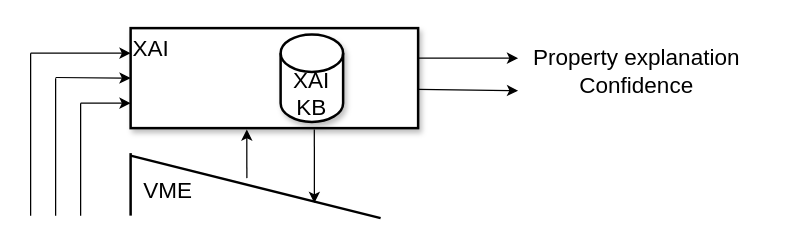
This is diagrams/xai-block.drawio from paulwhitten/2021-naecon-xai_methdology_for_handwritten_applications, a draw.io file, before an edit. Source tidied: cells renumbered, new cells numbered last; positions are measured from the earlier drawing's top-left corner, leaving out a move shared by most shapes. Both pictures are drawn from the tidied source at 125%, with x=0, y=0 at pixel (30, 28).
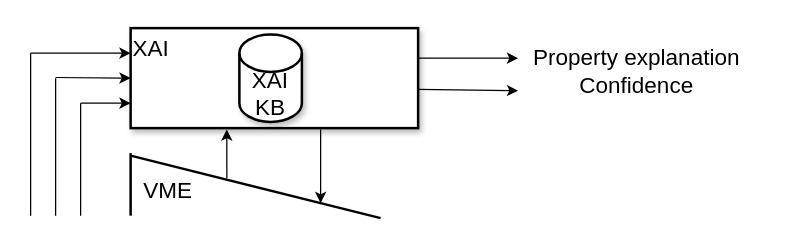
Above is the later version.

Commit message (it also covers changes not shown here):
rev per naecon presentation

The change refers to these unchanged cells:
```xml
<mxCell id="2" value="XAI" style="rounded=0;whiteSpace=wrap;html=1;verticalAlign=top;align=left;shadow=1;fontSize=18;strokeWidth=2;" parent="1" vertex="1">
  <mxGeometry x="80" width="230" height="80" as="geometry" />
</mxCell>
```

The edit, as a diff of the source:
```diff
@@
-    <mxCell id="9" style="endArrow=classic;html=1;fontSize=18;exitX=0.639;exitY=1.013;exitDx=0;exitDy=0;exitPerimeter=0;" parent="1" edge="1" source="2">
+    <mxCell id="9" style="endArrow=classic;html=1;fontSize=18;exitX=0.639;exitY=1.013;exitDx=0;exitDy=0;exitPerimeter=0;" parent="1" edge="1">
       <mxGeometry relative="1" as="geometry">
-        <mxPoint x="227" y="140" as="targetPoint" />
+        <mxPoint x="232" y="81" as="sourcePoint" />
+        <mxPoint x="232" y="140" as="targetPoint" />
       </mxGeometry>
     </mxCell>
-    <mxCell id="10" style="endArrow=classic;html=1;fontSize=18;entryX=0.404;entryY=1.013;entryDx=0;entryDy=0;entryPerimeter=0;" parent="1" edge="1" target="2">
+    <mxCell id="10" style="endArrow=classic;html=1;fontSize=18;entryX=0.404;entryY=1.013;entryDx=0;entryDy=0;entryPerimeter=0;" parent="1" edge="1">
       <mxGeometry relative="1" as="geometry">
-        <mxPoint x="173" y="120" as="sourcePoint" />
+        <mxPoint x="157" y="120" as="sourcePoint" />
+        <mxPoint x="156.9" y="81" as="targetPoint" />
       </mxGeometry>
     </mxCell>
@@
     <mxCell id="17" value="XAI&lt;br&gt;&lt;div style=&quot;&quot;&gt;&lt;span&gt;KB&lt;/span&gt;&lt;/div&gt;" style="shape=cylinder3;whiteSpace=wrap;html=1;boundedLbl=1;backgroundOutline=1;size=15;shadow=1;fontSize=18;strokeWidth=2;align=center;" parent="1" vertex="1">
-      <mxGeometry x="200" y="5" width="50" height="70" as="geometry" />
+      <mxGeometry x="167" y="5" width="50" height="70" as="geometry" />
     </mxCell>
```
